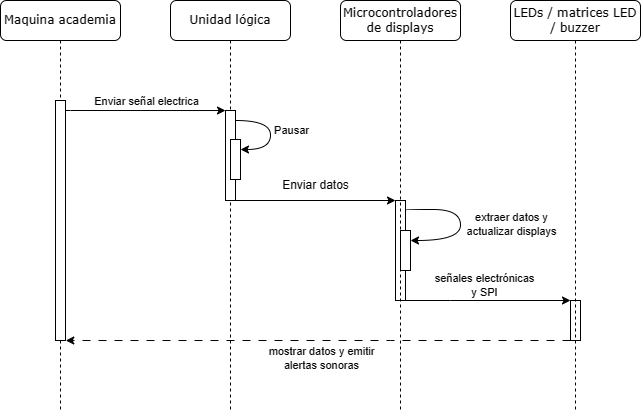
The draw.io diagram Design/UML/Seq and Act/Machine/cm12-seq.png in Diego-Hiriart/Capstone_Hiriart-Corales-Samaniego, before a commit. Source tidied: cells renumbered, new cells last; positions are measured from the earlier drawing's top-left corner, leaving out a move shared by most shapes.
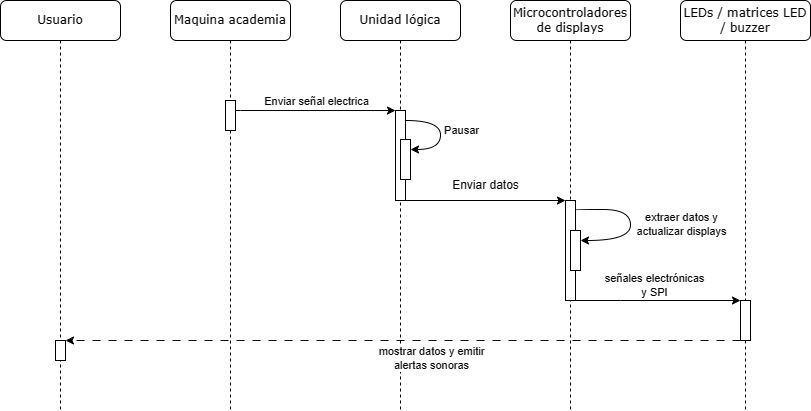
The same diagram one commit later.

Change to the diagram source:
```diff
@@ -8,109 +8,114 @@
     <mxCell id="3" style="rounded=0;whiteSpace=wrap;html=1;" parent="2" vertex="1">
       <mxGeometry x="55" y="110" width="10" height="90" as="geometry" />
     </mxCell>
-    <mxCell id="4" style="edgeStyle=orthogonalEdgeStyle;rounded=0;jettySize=auto;html=1;" parent="2" edge="1" source="5" target="8">
-      <mxGeometry relative="1" as="geometry">
-        <Array as="points">
-          <mxPoint x="65" y="200" />
-        </Array>
-      </mxGeometry>
+    <mxCell id="4" style="rounded=0;whiteSpace=wrap;html=1;" parent="2" vertex="1">
+      <mxGeometry x="60" y="139" width="10" height="40" as="geometry" />
     </mxCell>
-    <mxCell id="5" style="rounded=0;whiteSpace=wrap;html=1;" parent="2" vertex="1">
-      <mxGeometry x="60" y="139" width="10" height="40" as="geometry" />
+    <mxCell id="5" style="endArrow=classic;html=1;rounded=0;edgeStyle=orthogonalEdgeStyle;curved=1;" parent="2" edge="1">
+      <mxGeometry relative="1" as="geometry">
+        <mxPoint x="65" y="120" as="sourcePoint" />
+        <mxPoint x="70" y="149" as="targetPoint" />
+        <Array as="points">
+          <mxPoint x="100" y="120" />
+          <mxPoint x="100" y="149" />
+        </Array>
+      </mxGeometry>
     </mxCell>
-    <mxCell id="6" style="endArrow=classic;html=1;rounded=0;edgeStyle=orthogonalEdgeStyle;curved=1;" parent="2" edge="1">
-      <mxGeometry relative="1" as="geometry">
-        <mxPoint x="65" y="120" as="sourcePoint" />
-        <mxPoint x="70" y="149" as="targetPoint" />
-        <Array as="points">
-          <mxPoint x="100" y="120" />
-          <mxPoint x="100" y="149" />
-        </Array>
+    <mxCell id="6" value="Pausar" style="edgeLabel;html=1;align=center;verticalAlign=middle;" parent="5" vertex="1">
+      <mxGeometry x="-0.13" y="-1" relative="1" as="geometry">
+        <mxPoint x="21" y="3" as="offset" />
       </mxGeometry>
     </mxCell>
-    <mxCell id="7" value="Pausar" style="edgeLabel;html=1;align=center;verticalAlign=middle;" parent="6" vertex="1">
-      <mxGeometry x="-0.13" y="-1" relative="1" as="geometry">
-        <mxPoint x="21" y="3" as="offset" />
+    <mxCell id="7" style="endArrow=classic;html=1;rounded=0;edgeStyle=orthogonalEdgeStyle;curved=1;entryX=1;entryY=0.25;entryDx=0;entryDy=0;" parent="2" edge="1" target="24">
+      <mxGeometry relative="1" as="geometry">
+        <mxPoint x="235" y="210" as="sourcePoint" />
+        <Array as="points">
+          <mxPoint x="290" y="209" />
+          <mxPoint x="290" y="240" />
+        </Array>
       </mxGeometry>
     </mxCell>
-    <mxCell id="8" style="rounded=0;whiteSpace=wrap;html=1;" parent="2" vertex="1">
-      <mxGeometry x="225" y="200" width="10" height="100" as="geometry" />
+    <mxCell id="8" value="extraer datos y &lt;br&gt;actualizar displays" style="edgeLabel;html=1;align=center;verticalAlign=middle;points=[];" parent="7" vertex="1">
+      <mxGeometry x="-0.13" y="-1" relative="1" as="geometry">
+        <mxPoint x="51" y="11" as="offset" />
+      </mxGeometry>
     </mxCell>
-    <mxCell id="9" style="rounded=0;whiteSpace=wrap;html=1;" parent="2" vertex="1">
-      <mxGeometry x="230" y="230" width="10" height="40" as="geometry" />
+    <mxCell id="9" value="Microcontroladores de displays" style="shape=umlLifeline;perimeter=lifelinePerimeter;whiteSpace=wrap;html=1;outlineConnect=0;rounded=1;shadow=0;comic=0;labelBackgroundColor=none;strokeWidth=1;fontFamily=Verdana;fontSize=12;align=center;size=40;" parent="1" vertex="1">
+      <mxGeometry x="340" width="120" height="410" as="geometry" />
     </mxCell>
-    <mxCell id="10" style="endArrow=classic;html=1;rounded=0;edgeStyle=orthogonalEdgeStyle;curved=1;entryX=1;entryY=0.25;entryDx=0;entryDy=0;" parent="2" edge="1" target="9">
-      <mxGeometry relative="1" as="geometry">
-        <mxPoint x="235" y="210" as="sourcePoint" />
-        <Array as="points">
-          <mxPoint x="290" y="209" />
-          <mxPoint x="290" y="240" />
-        </Array>
-      </mxGeometry>
+    <mxCell id="10" value="LEDs / matrices LED / buzzer" style="shape=umlLifeline;perimeter=lifelinePerimeter;whiteSpace=wrap;html=1;rounded=1;shadow=0;comic=0;labelBackgroundColor=none;strokeWidth=1;fontFamily=Verdana;fontSize=12;align=center;" parent="1" vertex="1">
+      <mxGeometry x="510" width="130" height="410" as="geometry" />
     </mxCell>
-    <mxCell id="11" value="extraer datos y &lt;br&gt;actualizar displays" style="edgeLabel;html=1;align=center;verticalAlign=middle;" parent="10" vertex="1">
-      <mxGeometry x="-0.13" y="-1" relative="1" as="geometry">
-        <mxPoint x="51" y="11" as="offset" />
-      </mxGeometry>
+    <mxCell id="11" value="Maquina academia" style="shape=umlLifeline;perimeter=lifelinePerimeter;whiteSpace=wrap;html=1;rounded=1;shadow=0;comic=0;labelBackgroundColor=none;strokeWidth=1;fontFamily=Verdana;fontSize=12;align=center;" parent="1" vertex="1">
+      <mxGeometry width="120" height="410" as="geometry" />
     </mxCell>
-    <mxCell id="12" style="edgeStyle=orthogonalEdgeStyle;rounded=0;jettySize=auto;html=1;exitX=0;exitY=1;exitDx=0;exitDy=0;entryX=1.028;entryY=0.963;entryDx=0;entryDy=0;entryPerimeter=0;dashed=1;dashPattern=8 8;" parent="2" edge="1" source="14">
-      <mxGeometry relative="1" as="geometry">
-        <mxPoint x="-104.7" y="340" as="targetPoint" />
-        <Array as="points">
-          <mxPoint x="220" y="340" />
-          <mxPoint x="220" y="340" />
-        </Array>
-      </mxGeometry>
+    <mxCell id="12" style="rounded=0;whiteSpace=wrap;html=1;" parent="11" vertex="1">
+      <mxGeometry x="55" y="100" width="10" height="30" as="geometry" />
     </mxCell>
-    <mxCell id="13" value="mostrar datos y emitir &lt;br&gt;alertas sonoras" style="edgeLabel;html=1;align=center;verticalAlign=middle;" parent="12" vertex="1">
-      <mxGeometry x="-0.3" relative="1" as="geometry">
-        <mxPoint x="-73" y="17" as="offset" />
+    <mxCell id="13" style="edgeStyle=orthogonalEdgeStyle;rounded=0;jettySize=auto;html=1;" parent="1" edge="1" source="12">
+      <mxGeometry relative="1" as="geometry">
+        <mxPoint x="225" y="110" as="targetPoint" />
+        <Array as="points">
+          <mxPoint x="70" y="110" />
+          <mxPoint x="70" y="110" />
+        </Array>
       </mxGeometry>
     </mxCell>
-    <mxCell id="14" style="rounded=0;whiteSpace=wrap;html=1;" parent="2" vertex="1">
-      <mxGeometry x="400" y="300" width="10" height="40" as="geometry" />
+    <mxCell id="14" value="Enviar señal electrica" style="edgeLabel;html=1;align=center;verticalAlign=middle;points=[];" parent="13" vertex="1">
+      <mxGeometry x="0.01" y="-2" relative="1" as="geometry">
+        <mxPoint y="-12" as="offset" />
+      </mxGeometry>
     </mxCell>
-    <mxCell id="15" style="edgeStyle=orthogonalEdgeStyle;rounded=0;jettySize=auto;html=1;exitX=1;exitY=1;exitDx=0;exitDy=0;entryX=0;entryY=0;entryDx=0;entryDy=0;" parent="2" edge="1" source="8" target="14">
-      <mxGeometry relative="1" as="geometry">
-        <Array as="points">
-          <mxPoint x="280" y="300" />
-          <mxPoint x="280" y="300" />
-        </Array>
-      </mxGeometry>
+    <mxCell id="15" value="Enviar datos" style="text;html=1;align=center;verticalAlign=middle;strokeColor=none;fillColor=none;" parent="1" vertex="1">
+      <mxGeometry x="270" y="170" width="90" height="30" as="geometry" />
     </mxCell>
-    <mxCell id="16" value="señales electrónicas &lt;br&gt;y SPI" style="edgeLabel;html=1;align=center;verticalAlign=middle;" parent="15" vertex="1">
-      <mxGeometry x="-0.18" y="-2" relative="1" as="geometry">
-        <mxPoint x="11" y="-18" as="offset" />
-      </mxGeometry>
+    <mxCell id="16" value="Usuario" style="shape=umlLifeline;perimeter=lifelinePerimeter;whiteSpace=wrap;html=1;rounded=1;shadow=0;comic=0;labelBackgroundColor=none;strokeWidth=1;fontFamily=Verdana;fontSize=12;align=center;" parent="1" vertex="1">
+      <mxGeometry x="-170" width="120" height="410" as="geometry" />
     </mxCell>
-    <mxCell id="17" value="Microcontroladores de displays" style="shape=umlLifeline;perimeter=lifelinePerimeter;whiteSpace=wrap;html=1;outlineConnect=0;rounded=1;shadow=0;comic=0;labelBackgroundColor=none;strokeWidth=1;fontFamily=Verdana;fontSize=12;align=center;size=40;" parent="1" vertex="1">
-      <mxGeometry x="340" width="120" height="410" as="geometry" />
+    <mxCell id="17" style="rounded=0;whiteSpace=wrap;html=1;" parent="16" vertex="1">
+      <mxGeometry x="55" y="340" width="10" height="20" as="geometry" />
     </mxCell>
-    <mxCell id="18" value="LEDs / matrices LED / buzzer" style="shape=umlLifeline;perimeter=lifelinePerimeter;whiteSpace=wrap;html=1;rounded=1;shadow=0;comic=0;labelBackgroundColor=none;strokeWidth=1;fontFamily=Verdana;fontSize=12;align=center;" parent="1" vertex="1">
-      <mxGeometry x="510" width="130" height="410" as="geometry" />
+    <mxCell id="18" style="edgeStyle=orthogonalEdgeStyle;rounded=0;jettySize=auto;html=1;exitX=0;exitY=1;exitDx=0;exitDy=0;dashed=1;dashPattern=8 8;entryX=1;entryY=0;entryDx=0;entryDy=0;" parent="1" edge="1" source="25" target="17">
+      <mxGeometry relative="1" as="geometry">
+        <Array as="points">
+          <mxPoint x="60" y="340" />
+          <mxPoint x="60" y="340" />
+        </Array>
+      </mxGeometry>
     </mxCell>
-    <mxCell id="19" value="Maquina academia" style="shape=umlLifeline;perimeter=lifelinePerimeter;whiteSpace=wrap;html=1;rounded=1;shadow=0;comic=0;labelBackgroundColor=none;strokeWidth=1;fontFamily=Verdana;fontSize=12;align=center;" parent="1" vertex="1">
-      <mxGeometry width="120" height="410" as="geometry" />
+    <mxCell id="19" value="mostrar datos y emitir &lt;br&gt;alertas sonoras" style="edgeLabel;html=1;align=center;verticalAlign=middle;" parent="18" vertex="1">
+      <mxGeometry x="-0.3" relative="1" as="geometry">
+        <mxPoint x="-73" y="17" as="offset" />
+      </mxGeometry>
     </mxCell>
-    <mxCell id="20" style="rounded=0;whiteSpace=wrap;html=1;" parent="19" vertex="1">
-      <mxGeometry x="55" y="100" width="10" height="240" as="geometry" />
+    <mxCell id="20" style="rounded=0;whiteSpace=wrap;html=1;" parent="1" vertex="1">
+      <mxGeometry x="395" y="200" width="10" height="100" as="geometry" />
     </mxCell>
-    <mxCell id="21" style="edgeStyle=orthogonalEdgeStyle;rounded=0;jettySize=auto;html=1;" parent="1" edge="1" source="20">
+    <mxCell id="21" style="edgeStyle=orthogonalEdgeStyle;rounded=0;jettySize=auto;html=1;" parent="1" edge="1" source="4" target="20">
       <mxGeometry relative="1" as="geometry">
-        <mxPoint x="225" y="110" as="targetPoint" />
         <Array as="points">
-          <mxPoint x="70" y="110" />
-          <mxPoint x="70" y="110" />
+          <mxPoint x="235" y="200" />
         </Array>
       </mxGeometry>
     </mxCell>
-    <mxCell id="22" value="Enviar señal electrica" style="edgeLabel;html=1;align=center;verticalAlign=middle;" parent="21" vertex="1">
-      <mxGeometry x="0.01" y="-2" relative="1" as="geometry">
-        <mxPoint y="-12" as="offset" />
+    <mxCell id="22" style="edgeStyle=orthogonalEdgeStyle;rounded=0;jettySize=auto;html=1;exitX=1;exitY=1;exitDx=0;exitDy=0;entryX=0;entryY=0;entryDx=0;entryDy=0;" parent="1" edge="1" source="20" target="25">
+      <mxGeometry relative="1" as="geometry">
+        <Array as="points">
+          <mxPoint x="450" y="300" />
+          <mxPoint x="450" y="300" />
+        </Array>
       </mxGeometry>
     </mxCell>
-    <mxCell id="23" value="Enviar datos" style="text;html=1;align=center;verticalAlign=middle;strokeColor=none;fillColor=none;" parent="1" vertex="1">
-      <mxGeometry x="270" y="170" width="90" height="30" as="geometry" />
+    <mxCell id="23" value="señales electrónicas &lt;br&gt;y SPI" style="edgeLabel;html=1;align=center;verticalAlign=middle;" parent="22" vertex="1">
+      <mxGeometry x="-0.18" y="-2" relative="1" as="geometry">
+        <mxPoint x="11" y="-18" as="offset" />
+      </mxGeometry>
     </mxCell>
+    <mxCell id="24" style="rounded=0;whiteSpace=wrap;html=1;" parent="1" vertex="1">
+      <mxGeometry x="400" y="230" width="10" height="40" as="geometry" />
+    </mxCell>
+    <mxCell id="25" style="rounded=0;whiteSpace=wrap;html=1;" parent="1" vertex="1">
+      <mxGeometry x="570" y="300" width="10" height="40" as="geometry" />
+    </mxCell>
   </root>
 </mxGraphModel>
```
